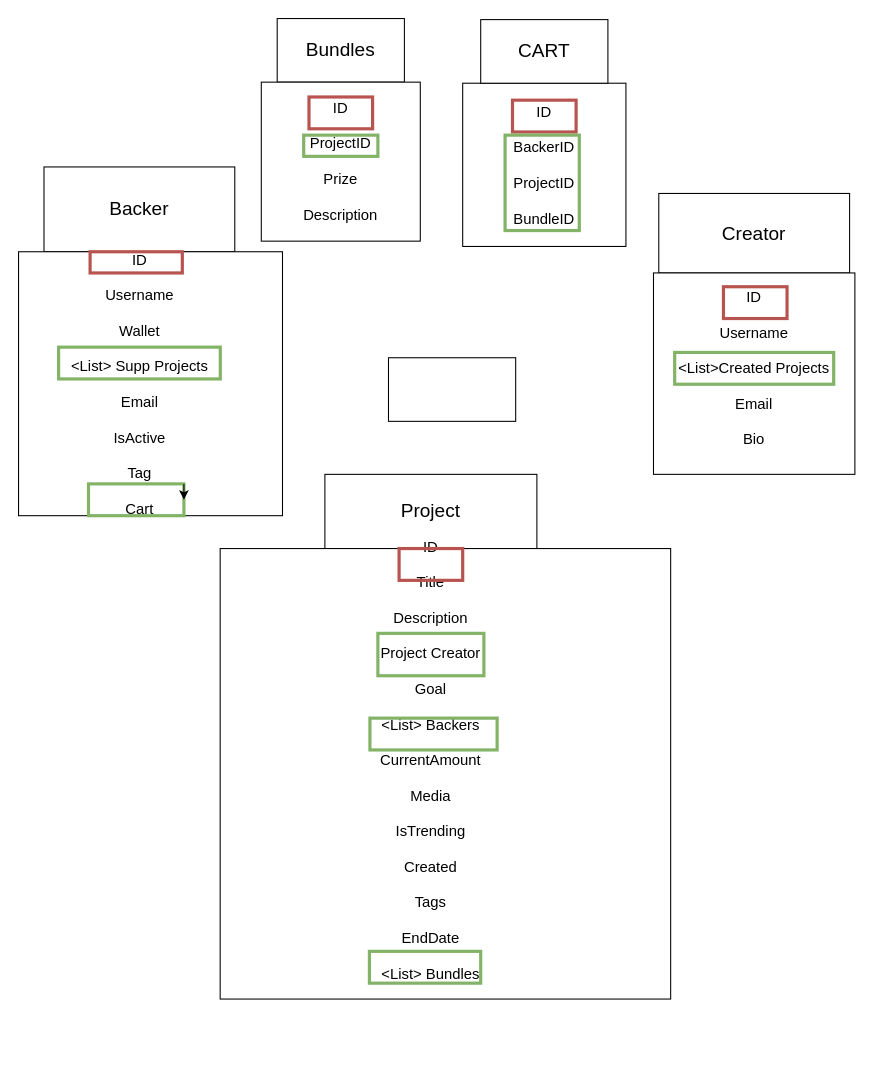
Earlier version of the draw.io diagram MSAcademy-CP-ModelDiagram/MSAcademy-CP-ModelDiagram.drawio (illarios/MSAcademy-CrowdfundingProject). Source tidied: cells renumbered, new cells numbered last; positions are measured from the earlier drawing's top-left corner, leaving out a move shared by most shapes. Both pictures are drawn from the tidied source at 106%, with x=0, y=0 at pixel (18, 18).
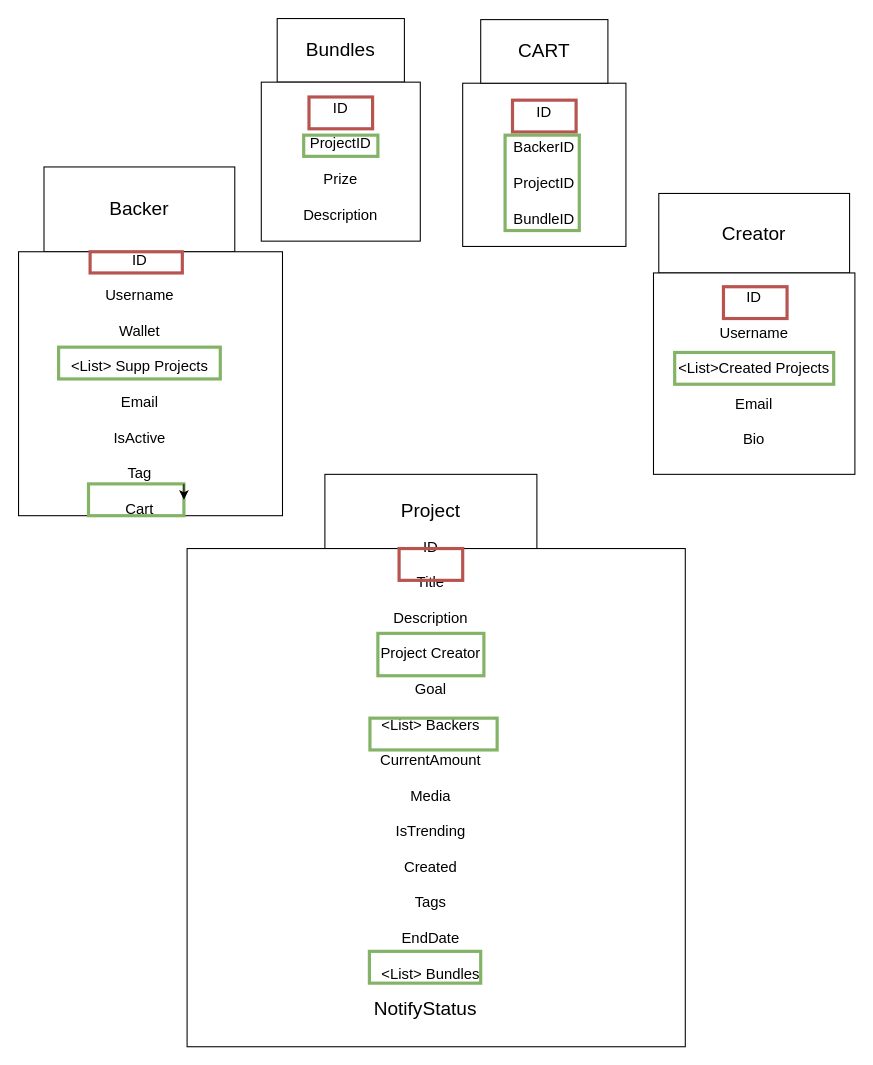
The same diagram, later.

Change to the diagram source:
```diff
@@
     <mxCell id="9" style="whiteSpace=wrap;html=1;" parent="1" vertex="1">
-      <mxGeometry x="190.2" y="500" width="425" height="425" as="geometry" />
+      <mxGeometry x="159" y="500" width="470" height="470" as="geometry" />
     </mxCell>
@@
-    <mxCell id="27" style="rounded=0;whiteSpace=wrap;html=1;" parent="1" vertex="1">
-      <mxGeometry x="349" y="320" width="120" height="60" as="geometry" />
-    </mxCell>
@@
+    <mxCell id="30" value="&lt;font style=&quot;font-size: 18px&quot;&gt;NotifyStatus&lt;/font&gt;" style="text;html=1;strokeColor=none;fillColor=none;align=center;verticalAlign=middle;whiteSpace=wrap;rounded=0;" parent="1" vertex="1">
+      <mxGeometry x="343.5" y="920" width="80" height="30" as="geometry" />
+    </mxCell>
```
